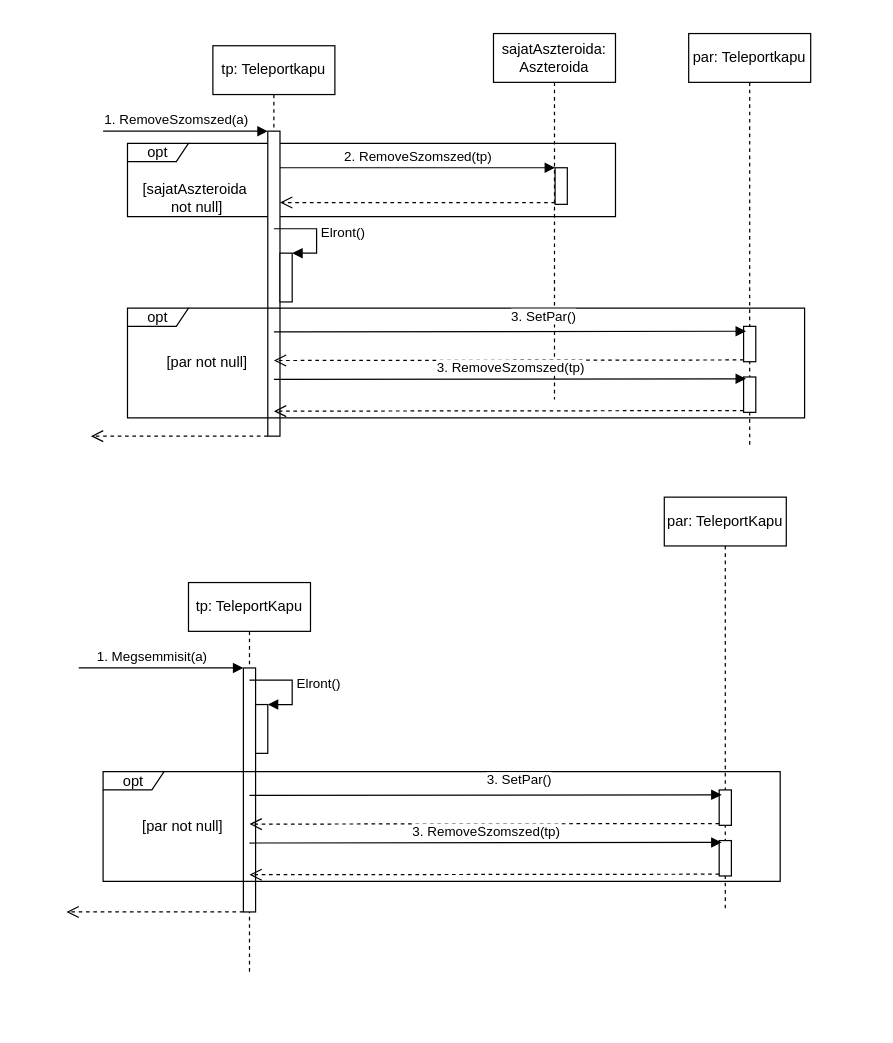
Earlier version of the draw.io diagram doc/uml/teleport kapu felrobban.drawio (torpeBoiGo/aszteroidabanyaszat). Source tidied: cells renumbered, new cells numbered last; positions are measured from the earlier drawing's top-left corner, leaving out a move shared by most shapes. Both pictures are drawn from the tidied source at 122%, with x=0, y=0 at pixel (66, 33).
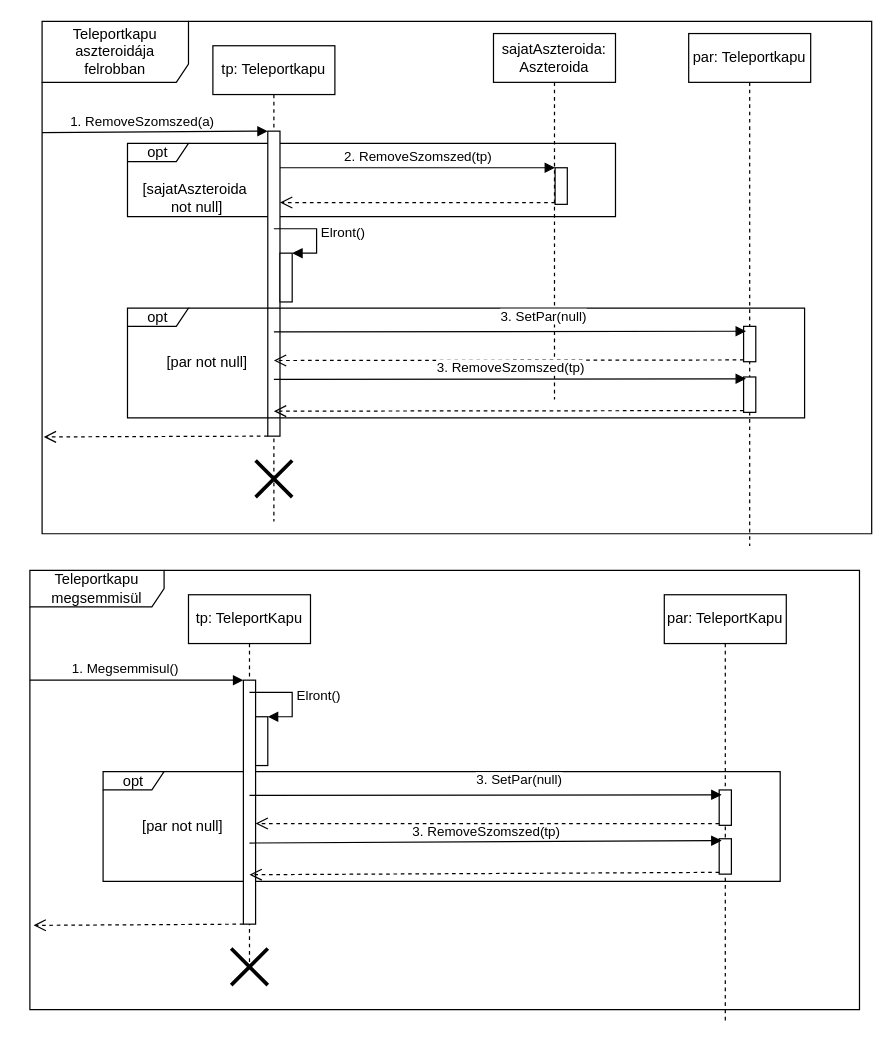
Above is the later version.

Unchanged cells that the change refers to:
```xml
<mxCell id="4" style="html=1;points=[];perimeter=orthogonalPerimeter;" parent="3" vertex="1">
  <mxGeometry x="45" y="70" width="10" height="250" as="geometry" />
</mxCell>
<mxCell id="24" style="html=1;points=[];perimeter=orthogonalPerimeter;" parent="23" vertex="1">
  <mxGeometry x="45" y="70" width="10" height="200" as="geometry" />
</mxCell>
```

The edit, as a diff of the source:
```diff
@@
+    <mxCell id="38" value="&lt;span&gt;Teleportkapu megsemmisül&lt;/span&gt;" style="shape=umlFrame;whiteSpace=wrap;html=1;width=110;height=30;" parent="1" vertex="1">
+      <mxGeometry x="-30" y="440" width="680" height="360" as="geometry" />
+    </mxCell>
+    <mxCell id="39" value="Teleportkapu aszteroidája felrobban" style="shape=umlFrame;whiteSpace=wrap;html=1;width=120;height=50;" parent="1" vertex="1">
+      <mxGeometry x="-20" y="-10" width="680" height="420" as="geometry" />
+    </mxCell>
+    <mxCell id="35" value="opt" style="shape=umlFrame;whiteSpace=wrap;html=1;width=50;height=15;" parent="1" vertex="1">
+      <mxGeometry x="30" y="605" width="555" height="90" as="geometry" />
+    </mxCell>
@@
     <mxCell id="3" value="tp: Teleportkapu" style="shape=umlLifeline;perimeter=lifelinePerimeter;whiteSpace=wrap;html=1;" parent="1" vertex="1">
-      <mxGeometry x="120" y="10" width="100" height="320" as="geometry" />
+      <mxGeometry x="120" y="10" width="100" height="390" as="geometry" />
     </mxCell>
@@
-    <mxCell id="5" value="1. RemoveSzomszed(a)" style="html=1;verticalAlign=bottom;endArrow=block;entryX=0;entryY=0;" parent="3" edge="1" target="4">
-      <mxGeometry x="-0.11" relative="1" as="geometry">
-        <mxPoint x="-90" y="70" as="sourcePoint" />
-      </mxGeometry>
-    </mxCell>
-    <mxCell id="6" style="html=1;verticalAlign=bottom;endArrow=open;dashed=1;endSize=8;" parent="3" edge="1">
+    <mxCell id="6" style="html=1;verticalAlign=bottom;endArrow=open;dashed=1;endSize=8;entryX=0.002;entryY=0.811;entryDx=0;entryDy=0;entryPerimeter=0;" parent="3" edge="1" target="39">
       <mxGeometry x="1" y="-52" relative="1" as="geometry">
         <mxPoint x="45" y="320" as="sourcePoint" />
-        <mxPoint x="-100" y="320" as="targetPoint" />
         <mxPoint x="-15" y="2" as="offset" />
       </mxGeometry>
     </mxCell>
@@
+    <mxCell id="40" style="shape=umlDestroy;whiteSpace=wrap;html=1;strokeWidth=3;" parent="3" vertex="1">
+      <mxGeometry x="35" y="340" width="30" height="30" as="geometry" />
+    </mxCell>
     <mxCell id="9" value="par: Teleportkapu" style="shape=umlLifeline;perimeter=lifelinePerimeter;whiteSpace=wrap;html=1;" parent="1" vertex="1">
-      <mxGeometry x="510" width="100" height="340" as="geometry" />
+      <mxGeometry x="510" width="100" height="420" as="geometry" />
     </mxCell>
@@
-    <mxCell id="22" value="3. SetPar()" style="html=1;verticalAlign=bottom;endArrow=block;entryX=0.2;entryY=0.052;entryDx=0;entryDy=0;entryPerimeter=0;" parent="1" edge="1">
+    <mxCell id="22" value="3. SetPar(null)" style="html=1;verticalAlign=bottom;endArrow=block;entryX=0.2;entryY=0.052;entryDx=0;entryDy=0;entryPerimeter=0;" parent="1" edge="1">
       <mxGeometry x="0.14" y="3" relative="1" as="geometry">
         <mxPoint x="170" y="244.5" as="sourcePoint" />
         <mxPoint x="557" y="244" as="targetPoint" />
       </mxGeometry>
     </mxCell>
     <mxCell id="23" value="tp: TeleportKapu" style="shape=umlLifeline;perimeter=lifelinePerimeter;whiteSpace=wrap;html=1;" parent="1" vertex="1">
-      <mxGeometry x="100" y="450" width="100" height="320" as="geometry" />
+      <mxGeometry x="100" y="460" width="100" height="310" as="geometry" />
     </mxCell>
@@
-    <mxCell id="25" value="1. Megsemmisit(a)" style="html=1;verticalAlign=bottom;endArrow=block;entryX=0;entryY=0;" parent="23" edge="1" target="24">
-      <mxGeometry x="-0.11" relative="1" as="geometry">
-        <mxPoint x="-90" y="70" as="sourcePoint" />
-      </mxGeometry>
-    </mxCell>
     <mxCell id="26" style="html=1;verticalAlign=bottom;endArrow=open;dashed=1;endSize=8;" parent="23" edge="1">
       <mxGeometry x="1" y="-52" relative="1" as="geometry">
         <mxPoint x="45" y="270" as="sourcePoint" />
-        <mxPoint x="-100" y="270" as="targetPoint" />
+        <mxPoint x="-127" y="271" as="targetPoint" />
         <mxPoint x="-15" y="2" as="offset" />
       </mxGeometry>
     </mxCell>
@@
+    <mxCell id="41" style="shape=umlDestroy;whiteSpace=wrap;html=1;strokeWidth=3;" parent="23" vertex="1">
+      <mxGeometry x="35" y="290" width="30" height="30" as="geometry" />
+    </mxCell>
     <mxCell id="29" value="par: TeleportKapu" style="shape=umlLifeline;perimeter=lifelinePerimeter;whiteSpace=wrap;html=1;" parent="1" vertex="1">
-      <mxGeometry x="490" y="380" width="100" height="340" as="geometry" />
+      <mxGeometry x="490" y="460" width="100" height="350" as="geometry" />
     </mxCell>
     <mxCell id="30" style="html=1;points=[];perimeter=orthogonalPerimeter;" parent="29" vertex="1">
-      <mxGeometry x="45" y="281.5" width="10" height="29" as="geometry" />
+      <mxGeometry x="45" y="200" width="10" height="29" as="geometry" />
     </mxCell>
     <mxCell id="31" style="html=1;points=[];perimeter=orthogonalPerimeter;" parent="29" vertex="1">
-      <mxGeometry x="45" y="240" width="10" height="29" as="geometry" />
+      <mxGeometry x="45" y="160" width="10" height="29" as="geometry" />
     </mxCell>
-    <mxCell id="32" style="html=1;verticalAlign=bottom;endArrow=open;dashed=1;endSize=8;exitX=0;exitY=0.95;entryX=0.5;entryY=0.832;entryDx=0;entryDy=0;entryPerimeter=0;" parent="29" edge="1" source="31">
-      <mxGeometry x="0.01" y="82" relative="1" as="geometry">
-        <mxPoint x="-340" y="268" as="targetPoint" />
-      </mxGeometry>
-    </mxCell>
@@
-    <mxCell id="35" value="opt" style="shape=umlFrame;whiteSpace=wrap;html=1;width=50;height=15;" parent="1" vertex="1">
-      <mxGeometry x="30" y="605" width="555" height="90" as="geometry" />
-    </mxCell>
@@
-    <mxCell id="37" value="3. SetPar()" style="html=1;verticalAlign=bottom;endArrow=block;entryX=0.2;entryY=0.052;entryDx=0;entryDy=0;entryPerimeter=0;" parent="1" edge="1">
+    <mxCell id="37" value="3. SetPar(null)" style="html=1;verticalAlign=bottom;endArrow=block;entryX=0.2;entryY=0.052;entryDx=0;entryDy=0;entryPerimeter=0;" parent="1" edge="1">
       <mxGeometry x="0.14" y="3" relative="1" as="geometry">
         <mxPoint x="150" y="624.5" as="sourcePoint" />
         <mxPoint x="537" y="624" as="targetPoint" />
       </mxGeometry>
     </mxCell>
+    <mxCell id="32" style="html=1;verticalAlign=bottom;endArrow=open;dashed=1;endSize=8;exitX=0;exitY=0.95;" parent="1" edge="1" source="31" target="24">
+      <mxGeometry x="0.01" y="82" relative="1" as="geometry" />
+    </mxCell>
+    <mxCell id="5" value="1. RemoveSzomszed(a)" style="html=1;verticalAlign=bottom;endArrow=block;entryX=0;entryY=0;exitX=0;exitY=0.217;exitDx=0;exitDy=0;exitPerimeter=0;" parent="1" edge="1" source="39" target="4">
+      <mxGeometry x="-0.11" relative="1" as="geometry" />
+    </mxCell>
+    <mxCell id="25" value="1. Megsemmisul()" style="html=1;verticalAlign=bottom;endArrow=block;entryX=0;entryY=0;" parent="1" edge="1" target="24">
+      <mxGeometry x="-0.11" relative="1" as="geometry">
+        <mxPoint x="-30" y="530" as="sourcePoint" />
+      </mxGeometry>
+    </mxCell>
```
